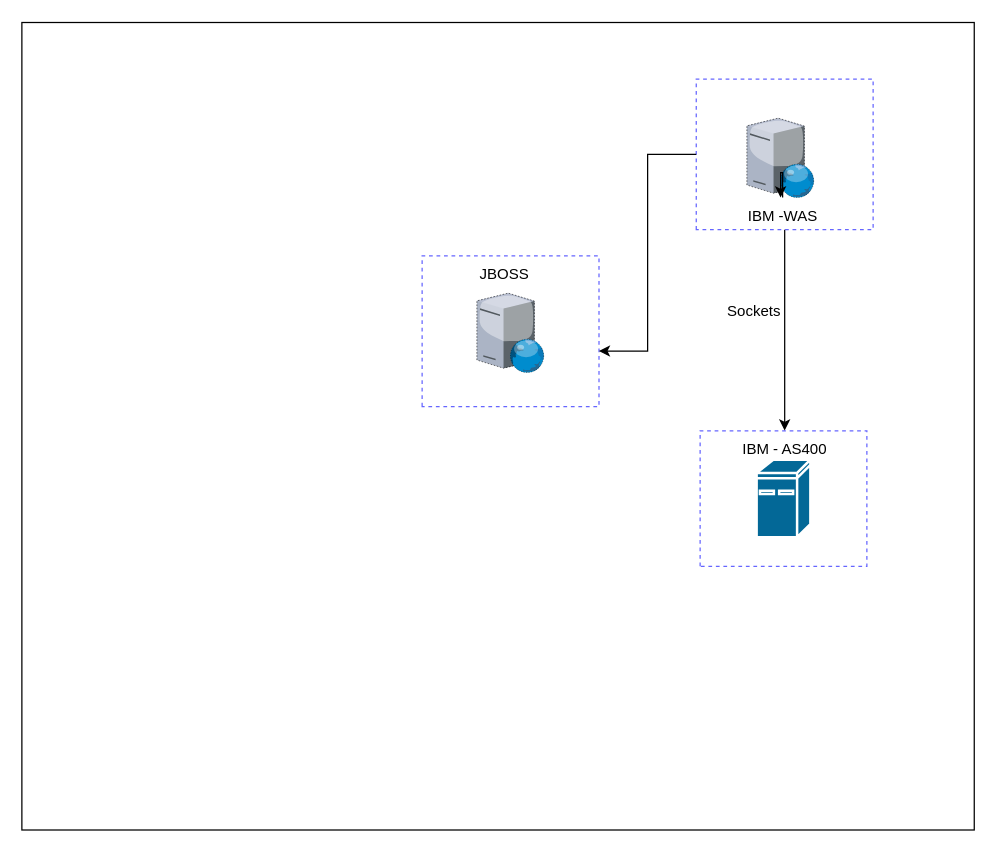
Above: ArquitecturaActual_GIBS.drawio in GonzaloDavid/diagramas (draw.io), before the change. Source tidied: cells renumbered, new cells numbered last; positions are measured from the earlier drawing's top-left corner, leaving out a move shared by most shapes. Both pictures are drawn from the tidied source at 125%, with x=0, y=0 at pixel (21, 21).
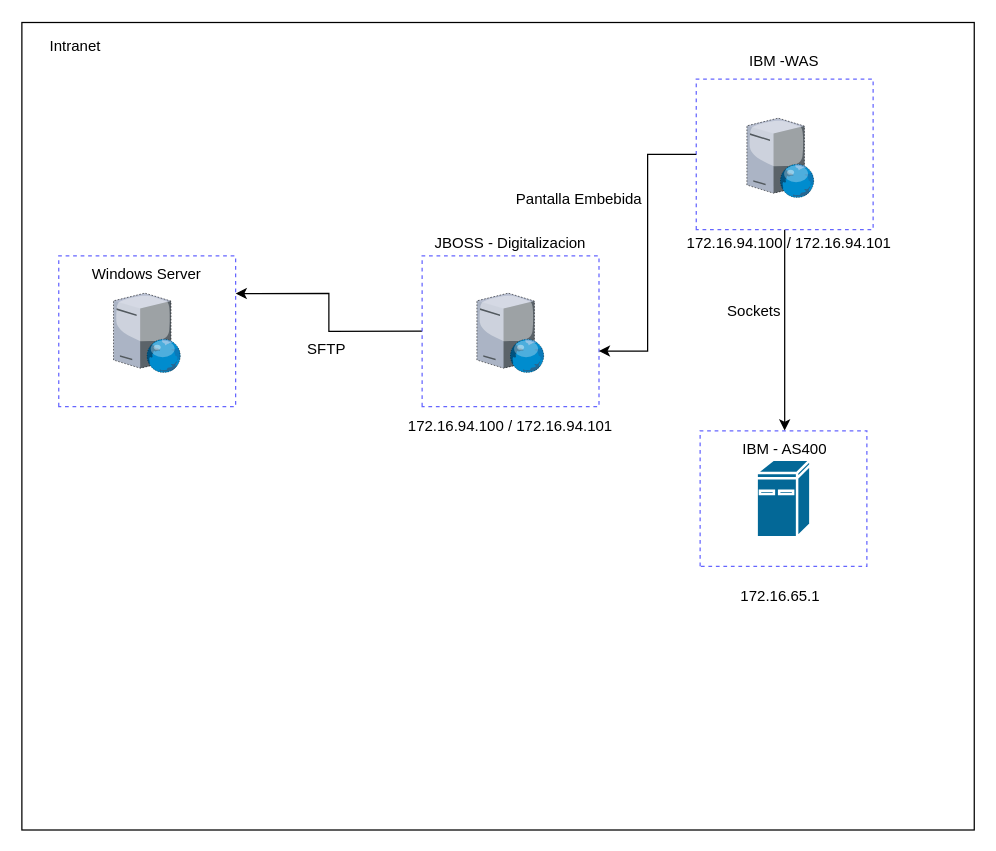
Above is the later version.

The change refers to these unchanged cells:
```xml
<mxCell id="6" style="verticalLabelPosition=bottom;sketch=0;html=1;verticalAlign=top;strokeColor=none;align=center;outlineConnect=0;shape=mxgraph.citrix.web_server;dashed=1;" parent="1" vertex="1">
  <mxGeometry x="580" y="77" width="53.9" height="63.5" as="geometry" />
</mxCell>
<mxCell id="14" style="rounded=0;whiteSpace=wrap;html=1;glass=0;dashed=1;fillStyle=auto;strokeColor=#6666FF;strokeWidth=1;fillColor=none;gradientColor=default;rotation=-90;" parent="1" vertex="1">
  <mxGeometry x="330.7" y="176.7" width="120.5" height="141.5" as="geometry" />
</mxCell>
```

Change to the diagram source:
```diff
@@
-    <mxCell id="9" style="edgeStyle=orthogonalEdgeStyle;rounded=0;jettySize=auto;html=1;" parent="1" edge="1" source="10" target="6">
-      <mxGeometry relative="1" as="geometry" />
-    </mxCell>
     <mxCell id="10" value="IBM -WAS" style="text;html=1;strokeColor=none;fillColor=none;align=center;verticalAlign=middle;whiteSpace=wrap;rounded=0;glass=0;dashed=1;fillStyle=auto;" parent="1" vertex="1">
-      <mxGeometry x="578.6" y="140.5" width="60" height="30" as="geometry" />
+      <mxGeometry x="580.2" y="17" width="60" height="30" as="geometry" />
     </mxCell>
@@
+    <mxCell id="17" style="edgeStyle=orthogonalEdgeStyle;rounded=0;jettySize=auto;html=1;entryX=0.75;entryY=1;entryDx=0;entryDy=0;" parent="1" edge="1" source="14" target="18">
+      <mxGeometry relative="1" as="geometry" />
+    </mxCell>
@@
-    <mxCell id="15" value="JBOSS&amp;nbsp;" style="text;html=1;strokeColor=none;fillColor=none;align=center;verticalAlign=middle;whiteSpace=wrap;rounded=0;glass=0;dashed=1;fillStyle=auto;" parent="1" vertex="1">
-      <mxGeometry x="357.9" y="187" width="60" height="30" as="geometry" />
+    <mxCell id="15" value="Windows Server" style="text;html=1;strokeColor=none;fillColor=none;align=center;verticalAlign=middle;whiteSpace=wrap;rounded=0;glass=0;dashed=1;fillStyle=auto;" parent="1" vertex="1">
+      <mxGeometry x="40" y="187" width="120" height="30" as="geometry" />
     </mxCell>
@@
+    <mxCell id="18" style="rounded=0;whiteSpace=wrap;html=1;glass=0;dashed=1;fillStyle=auto;strokeColor=#6666FF;strokeWidth=1;fillColor=none;gradientColor=default;rotation=-90;" parent="1" vertex="1">
+      <mxGeometry x="40" y="176.7" width="120.5" height="141.5" as="geometry" />
+    </mxCell>
+    <mxCell id="19" style="verticalLabelPosition=bottom;sketch=0;html=1;verticalAlign=top;strokeColor=none;align=center;shape=mxgraph.citrix.web_server;dashed=1;" parent="1" vertex="1">
+      <mxGeometry x="73.3" y="217" width="53.9" height="63.5" as="geometry" />
+    </mxCell>
+    <mxCell id="20" value="JBOSS - Digitalizacion" style="text;html=1;strokeColor=none;fillColor=none;align=center;verticalAlign=middle;whiteSpace=wrap;rounded=0;glass=0;dashed=1;fillStyle=auto;" parent="1" vertex="1">
+      <mxGeometry x="325" y="162" width="131.8" height="30" as="geometry" />
+    </mxCell>
+    <mxCell id="21" value="Pantalla Embebida" style="text;html=1;strokeColor=none;fillColor=none;align=center;verticalAlign=middle;whiteSpace=wrap;rounded=0;glass=0;dashed=1;fillStyle=auto;" parent="1" vertex="1">
+      <mxGeometry x="380" y="127" width="131.8" height="30" as="geometry" />
+    </mxCell>
+    <mxCell id="22" value="&lt;div&gt;&lt;span&gt;&lt;span dir=&quot;ltr&quot; class=&quot;ui-provider a b c d e f g h i j k l m n o p q r s t u v w x y z ab ac ae af ag ah ai aj ak&quot;&gt;172.16.94.100 / 172.16.94.101&lt;/span&gt;&lt;/span&gt;&lt;br&gt;&lt;/div&gt;" style="text;html=1;strokeColor=none;fillColor=none;align=center;verticalAlign=middle;whiteSpace=wrap;rounded=0;glass=0;dashed=1;fillStyle=auto;" parent="1" vertex="1">
+      <mxGeometry x="520" y="161.5" width="187.6" height="30" as="geometry" />
+    </mxCell>
+    <mxCell id="23" value="&lt;br&gt;172.16.65.1" style="text;html=1;strokeColor=none;fillColor=none;align=center;verticalAlign=middle;whiteSpace=wrap;rounded=0;glass=0;dashed=1;fillStyle=auto;" parent="1" vertex="1">
+      <mxGeometry x="541" y="436.5" width="131.8" height="30" as="geometry" />
+    </mxCell>
+    <mxCell id="24" value="&lt;div&gt;&lt;span&gt;&lt;span dir=&quot;ltr&quot; class=&quot;ui-provider a b c d e f g h i j k l m n o p q r s t u v w x y z ab ac ae af ag ah ai aj ak&quot;&gt;172.16.94.100 / 172.16.94.101&lt;/span&gt;&lt;/span&gt;&lt;br&gt;&lt;/div&gt;" style="text;html=1;strokeColor=none;fillColor=none;align=center;verticalAlign=middle;whiteSpace=wrap;rounded=0;glass=0;dashed=1;fillStyle=auto;" parent="1" vertex="1">
+      <mxGeometry x="297.2" y="308.5" width="187.6" height="30" as="geometry" />
+    </mxCell>
+    <mxCell id="25" value="Intranet" style="text;html=1;strokeColor=none;fillColor=none;align=center;verticalAlign=middle;whiteSpace=wrap;rounded=0;glass=0;dashed=1;fillStyle=auto;" parent="1" vertex="1">
+      <mxGeometry x="13.3" y="5.2" width="60" height="30" as="geometry" />
+    </mxCell>
+    <mxCell id="26" value="&lt;div&gt;&lt;span&gt;&lt;span dir=&quot;ltr&quot; class=&quot;ui-provider a b c d e f g h i j k l m n o p q r s t u v w x y z ab ac ae af ag ah ai aj ak&quot;&gt;SFTP&lt;/span&gt;&lt;/span&gt;&lt;br&gt;&lt;/div&gt;" style="text;html=1;strokeColor=none;fillColor=none;align=center;verticalAlign=middle;whiteSpace=wrap;rounded=0;glass=0;dashed=1;fillStyle=auto;" parent="1" vertex="1">
+      <mxGeometry x="150" y="247" width="187.6" height="30" as="geometry" />
+    </mxCell>
```
